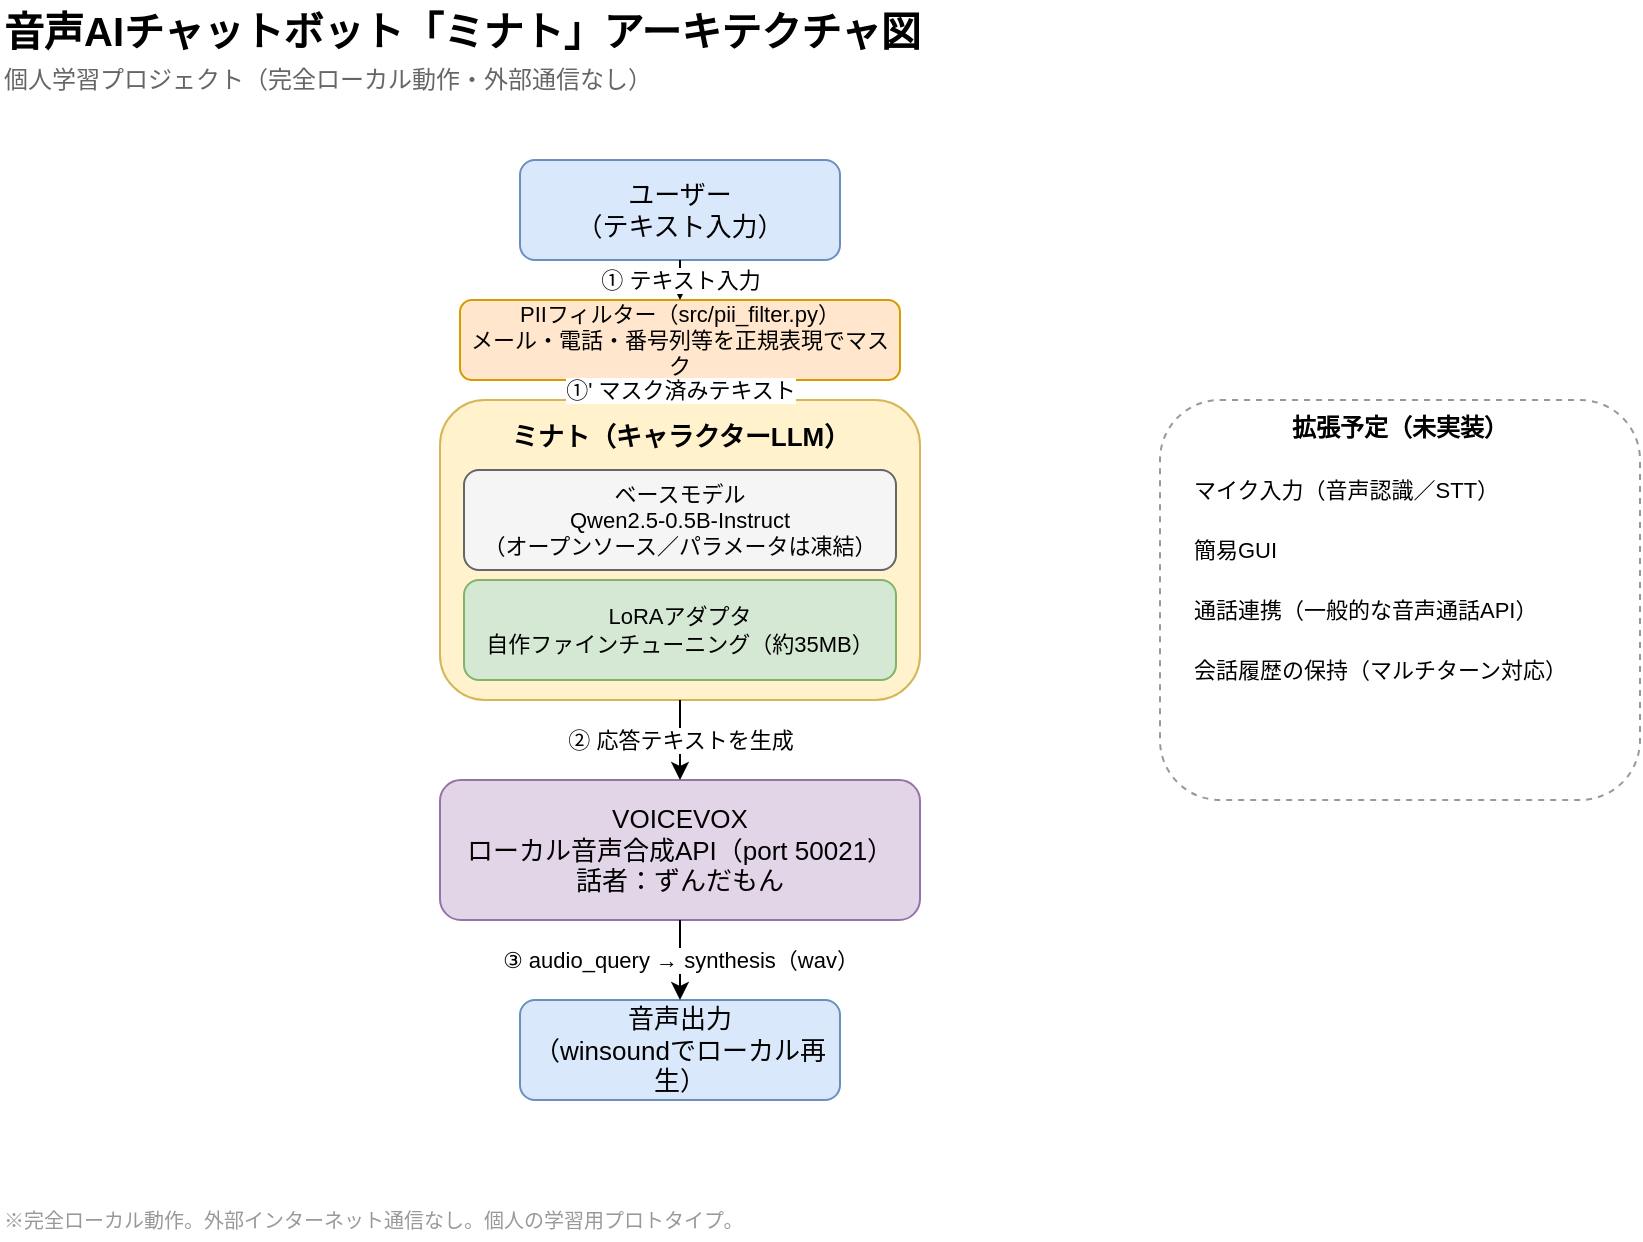
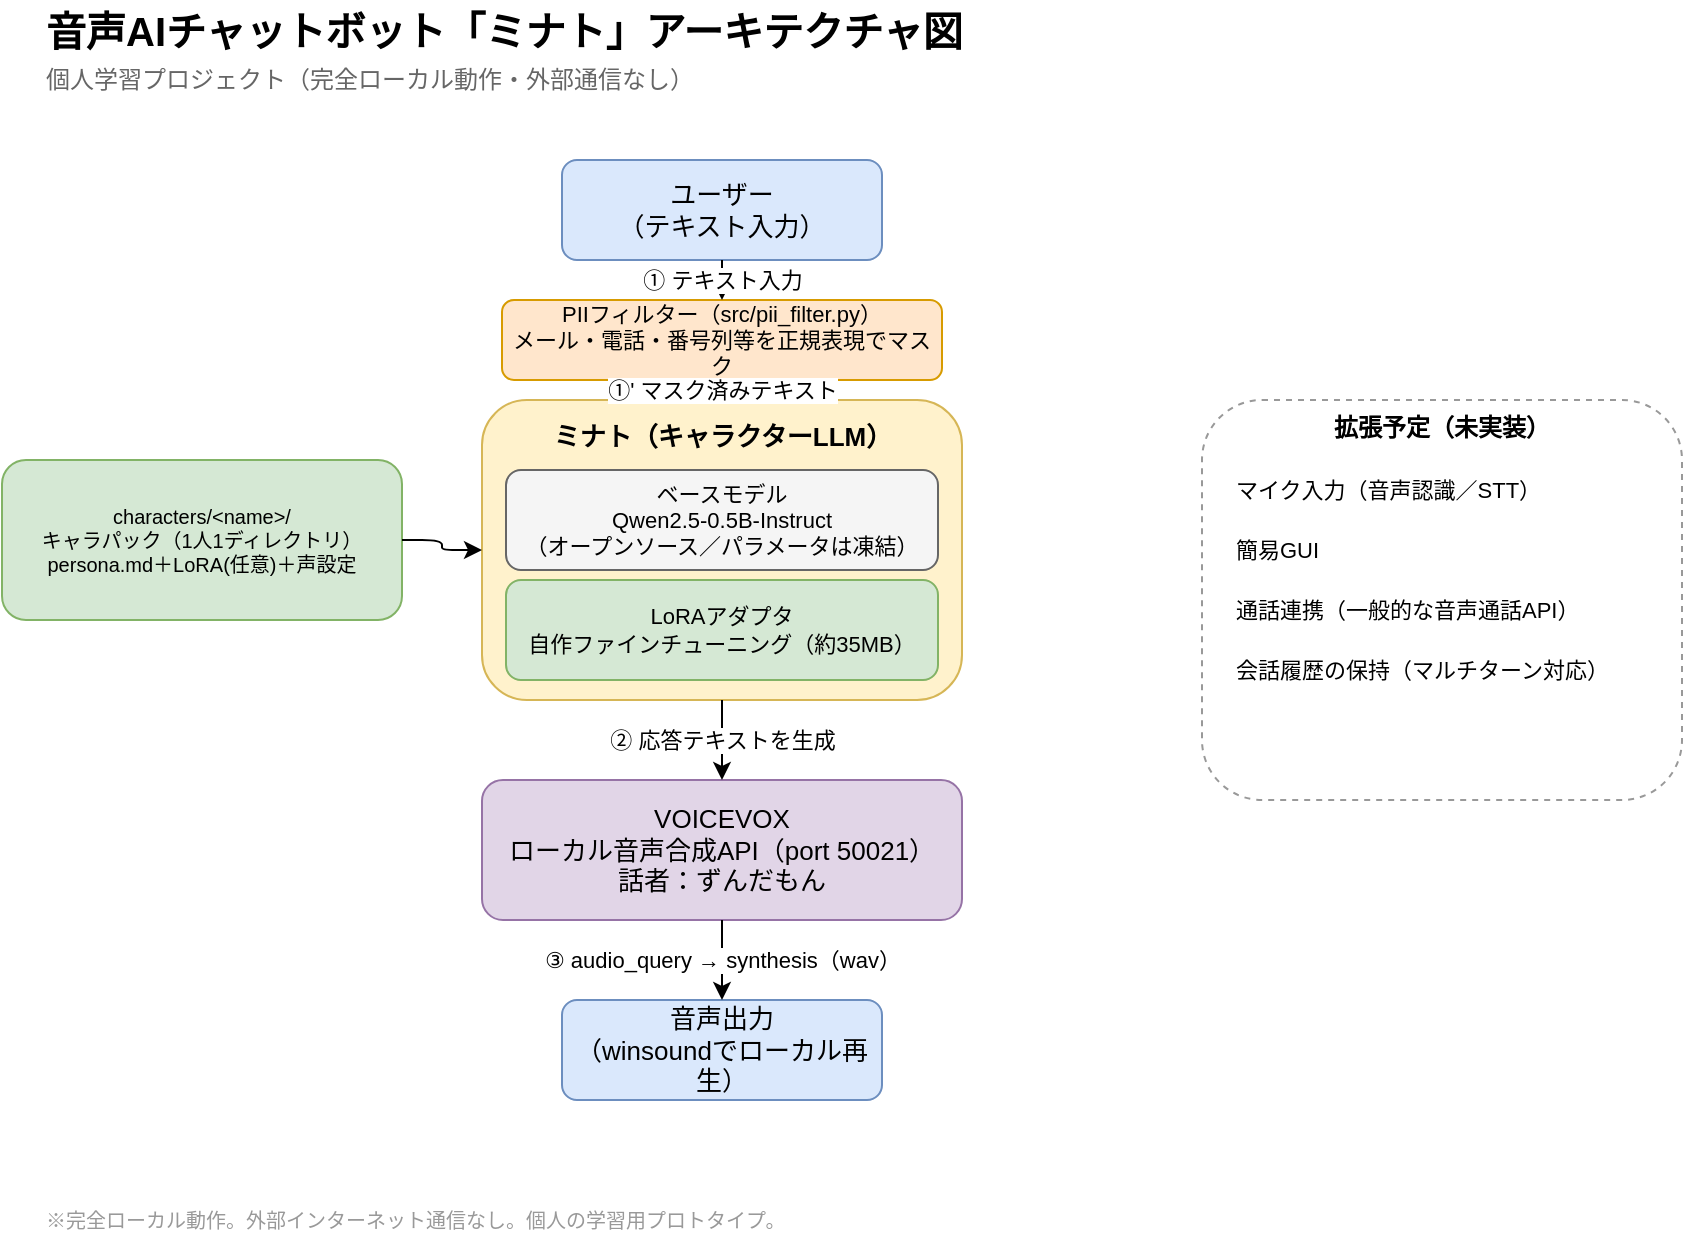
<?xml version="1.0" encoding="UTF-8"?>
<mxfile host="app.diagrams.net">
  <diagram id="minato-architecture" name="ミナト アーキテクチャ">
    <mxGraphModel dx="800" dy="600" grid="1" gridSize="10" guides="1" tooltips="1" connect="1" arrows="1" fold="1" page="1" pageScale="1" pageWidth="900" pageHeight="700" math="0" shadow="0">
      <root>
        <mxCell id="0" />
        <mxCell id="1" parent="0" />

        <!-- Title -->
        <mxCell id="title" value="音声AIチャットボット「ミナト」アーキテクチャ図" style="text;html=1;fontSize=20;fontStyle=1;align=left;verticalAlign=middle;" vertex="1" parent="1">
          <mxGeometry x="40" y="20" width="600" height="30" as="geometry" />
        </mxCell>
        <mxCell id="subtitle" value="個人学習プロジェクト（完全ローカル動作・外部通信なし）" style="text;html=1;fontSize=12;fontColor=#666666;align=left;verticalAlign=middle;" vertex="1" parent="1">
          <mxGeometry x="40" y="50" width="600" height="20" as="geometry" />
        </mxCell>

        <!-- User -->
        <mxCell id="user" value="ユーザー&lt;br&gt;（テキスト入力）" style="rounded=1;whiteSpace=wrap;html=1;fillColor=#DAE8FC;strokeColor=#6C8EBF;fontSize=13;" vertex="1" parent="1">
          <mxGeometry x="300" y="100" width="160" height="50" as="geometry" />
        </mxCell>

        <!-- PII filter (guardrail) -->
        <mxCell id="piiFilter" value="PIIフィルター（src/pii_filter.py）&lt;br&gt;メール・電話・番号列等を正規表現でマスク" style="rounded=1;whiteSpace=wrap;html=1;fillColor=#FFE6CC;strokeColor=#D79B00;fontSize=11;" vertex="1" parent="1">
          <mxGeometry x="270" y="170" width="220" height="40" as="geometry" />
        </mxCell>

        <!-- LLM container box (background) -->
        <mxCell id="llmBox" value="" style="rounded=1;whiteSpace=wrap;html=1;fillColor=#FFF2CC;strokeColor=#D6B656;verticalAlign=top;" vertex="1" parent="1">
          <mxGeometry x="260" y="220" width="240" height="150" as="geometry" />
        </mxCell>
        <mxCell id="llmTitle" value="ミナト（キャラクターLLM）" style="text;html=1;fontSize=13;fontStyle=1;align=center;verticalAlign=middle;" vertex="1" parent="1">
          <mxGeometry x="260" y="228" width="240" height="20" as="geometry" />
        </mxCell>
        <mxCell id="baseModel" value="ベースモデル&lt;br&gt;Qwen2.5-0.5B-Instruct&lt;br&gt;（オープンソース／パラメータは凍結）" style="rounded=1;whiteSpace=wrap;html=1;fillColor=#F5F5F5;strokeColor=#666666;fontSize=11;" vertex="1" parent="1">
          <mxGeometry x="272" y="255" width="216" height="50" as="geometry" />
        </mxCell>
        <mxCell id="loraModel" value="LoRAアダプタ&lt;br&gt;自作ファインチューニング（約35MB）" style="rounded=1;whiteSpace=wrap;html=1;fillColor=#D5E8D4;strokeColor=#82B366;fontSize=11;" vertex="1" parent="1">
          <mxGeometry x="272" y="310" width="216" height="50" as="geometry" />
+         </mxCell>
+ 
+         <!-- Character packs -->
+         <mxCell id="charPacks" value="characters/&amp;lt;name&amp;gt;/&lt;br&gt;キャラパック（1人1ディレクトリ）&lt;br&gt;persona.md＋LoRA(任意)＋声設定" style="rounded=1;whiteSpace=wrap;html=1;fillColor=#D5E8D4;strokeColor=#82B366;fontSize=10;" vertex="1" parent="1">
+           <mxGeometry x="20" y="250" width="200" height="80" as="geometry" />
+         </mxCell>
+         <mxCell id="eCharPacks" style="edgeStyle=orthogonalEdgeStyle;html=1;" edge="1" parent="1" source="charPacks" target="llmBox">
+           <mxGeometry relative="1" as="geometry" />
        </mxCell>

        <!-- VOICEVOX -->
        <mxCell id="voicevox" value="VOICEVOX&lt;br&gt;ローカル音声合成API（port 50021）&lt;br&gt;話者：ずんだもん" style="rounded=1;whiteSpace=wrap;html=1;fillColor=#E1D5E7;strokeColor=#9673A6;fontSize=13;" vertex="1" parent="1">
          <mxGeometry x="260" y="410" width="240" height="70" as="geometry" />
        </mxCell>

        <!-- Output -->
        <mxCell id="output" value="音声出力&lt;br&gt;（winsoundでローカル再生）" style="rounded=1;whiteSpace=wrap;html=1;fillColor=#DAE8FC;strokeColor=#6C8EBF;fontSize=13;" vertex="1" parent="1">
          <mxGeometry x="300" y="520" width="160" height="50" as="geometry" />
        </mxCell>

        <!-- Edges -->
        <mxCell id="e1" value="① テキスト入力" style="edgeStyle=orthogonalEdgeStyle;html=1;fontSize=11;" edge="1" parent="1" source="user" target="piiFilter">
          <mxGeometry relative="1" as="geometry" />
        </mxCell>
        <mxCell id="e1b" value="①&#39; マスク済みテキスト" style="edgeStyle=orthogonalEdgeStyle;html=1;fontSize=11;" edge="1" parent="1" source="piiFilter" target="llmBox">
          <mxGeometry relative="1" as="geometry" />
        </mxCell>
        <mxCell id="e2" value="② 応答テキストを生成" style="edgeStyle=orthogonalEdgeStyle;html=1;fontSize=11;" edge="1" parent="1" source="llmBox" target="voicevox">
          <mxGeometry relative="1" as="geometry" />
        </mxCell>
        <mxCell id="e3" value="③ audio_query → synthesis（wav）" style="edgeStyle=orthogonalEdgeStyle;html=1;fontSize=11;" edge="1" parent="1" source="voicevox" target="output">
          <mxGeometry relative="1" as="geometry" />
        </mxCell>

        <!-- Future expansion box -->
        <mxCell id="futureBox" value="拡張予定（未実装）" style="rounded=1;whiteSpace=wrap;html=1;dashed=1;fillColor=none;strokeColor=#999999;verticalAlign=top;fontStyle=1;fontSize=12;align=center;" vertex="1" parent="1">
          <mxGeometry x="620" y="220" width="240" height="200" as="geometry" />
        </mxCell>
        <mxCell id="future1" value="マイク入力（音声認識／STT）" style="text;html=1;fontSize=11;align=left;verticalAlign=middle;" vertex="1" parent="1">
          <mxGeometry x="635" y="255" width="210" height="20" as="geometry" />
        </mxCell>
        <mxCell id="future2" value="簡易GUI" style="text;html=1;fontSize=11;align=left;verticalAlign=middle;" vertex="1" parent="1">
          <mxGeometry x="635" y="285" width="210" height="20" as="geometry" />
        </mxCell>
        <mxCell id="future3" value="通話連携（一般的な音声通話API）" style="text;html=1;fontSize=11;align=left;verticalAlign=middle;" vertex="1" parent="1">
          <mxGeometry x="635" y="315" width="210" height="20" as="geometry" />
        </mxCell>
        <mxCell id="future4" value="会話履歴の保持（マルチターン対応）" style="text;html=1;fontSize=11;align=left;verticalAlign=middle;" vertex="1" parent="1">
          <mxGeometry x="635" y="345" width="210" height="20" as="geometry" />
        </mxCell>

        <!-- Footer -->
        <mxCell id="footer" value="※完全ローカル動作。外部インターネット通信なし。個人の学習用プロトタイプ。" style="text;html=1;fontSize=10;fontColor=#999999;align=left;verticalAlign=middle;" vertex="1" parent="1">
          <mxGeometry x="40" y="620" width="600" height="20" as="geometry" />
        </mxCell>

      </root>
    </mxGraphModel>
  </diagram>
</mxfile>
